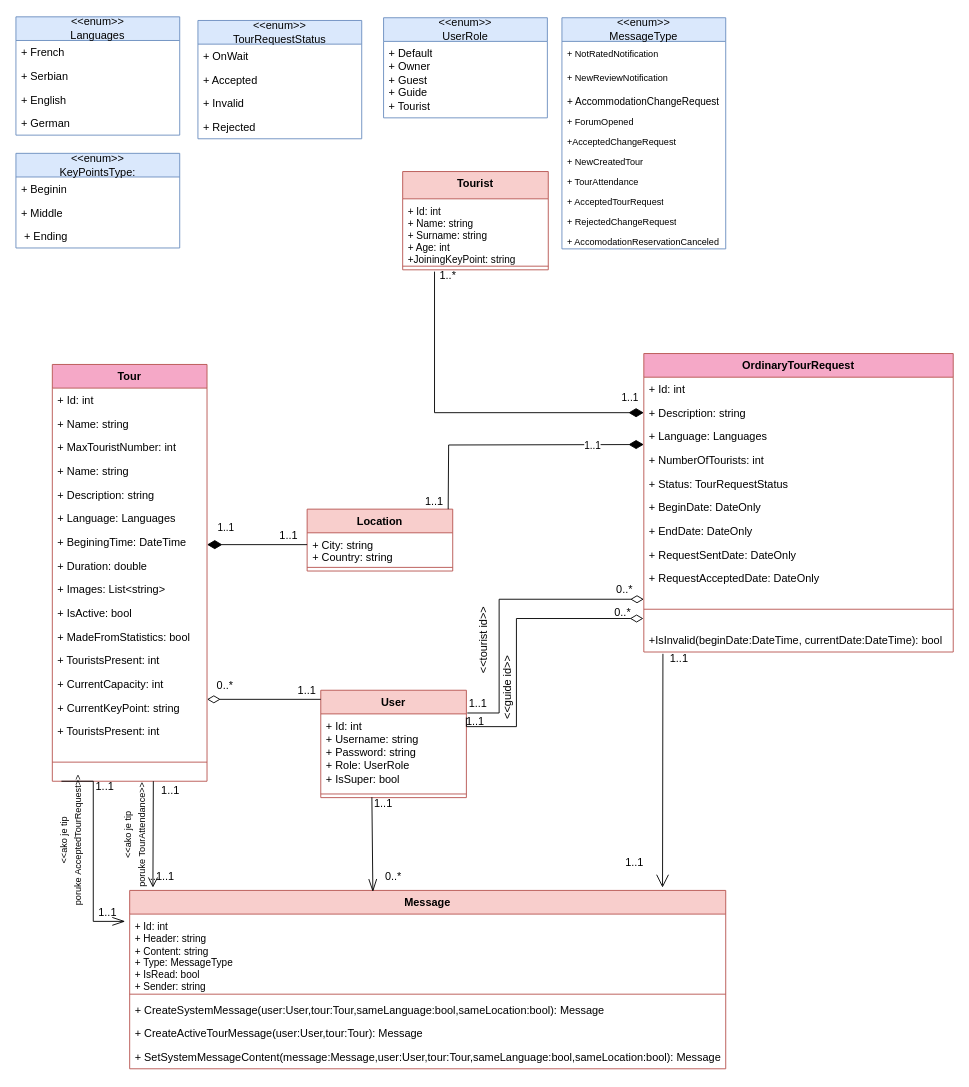
Before: Diagrams/Class Diagrams/TouristClassDiagram.drawio in kzi-nastava/sims-ra-2024-group-3-team-a, a draw.io diagram. Source tidied: cells renumbered, new cells numbered last; positions are measured from the earlier drawing's top-left corner, leaving out a move shared by most shapes. Both pictures are drawn from the tidied source at 91%, with x=0, y=0 at pixel (15, 16).
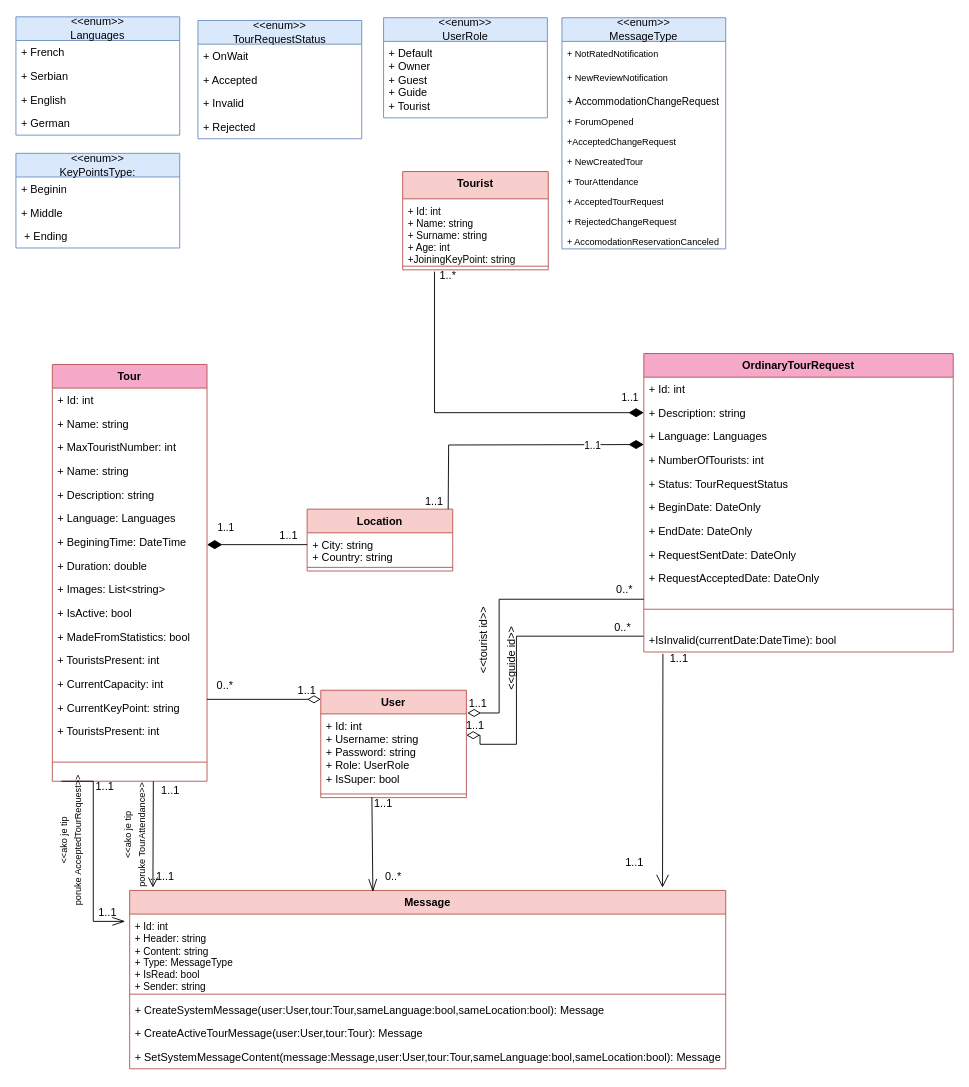
The same page after the edit.

The change refers to these unchanged cells:
```xml
<mxCell id="2" value="OrdinaryTourRequest" style="swimlane;fontStyle=1;align=center;verticalAlign=top;horizontal=1;startSize=26;rounded=0;shadow=0;strokeWidth=1;fillColor=#f5a8c7;strokeColor=#b85450;" parent="1" vertex="1">
  <mxGeometry x="690" y="370" width="340" height="328" as="geometry" />
</mxCell>
```

What changed in the source:
```diff
@@
-    <mxCell id="13" value="+IsInvalid(beginDate:DateTime, currentDate:DateTime): bool&#10; " style="text;align=left;verticalAlign=top;spacingLeft=4;spacingRight=4;overflow=hidden;rounded=0;shadow=0;html=0;" parent="2" vertex="1">
+    <mxCell id="13" value="+IsInvalid(currentDate:DateTime): bool&#10; " style="text;align=left;verticalAlign=top;spacingLeft=4;spacingRight=4;overflow=hidden;rounded=0;shadow=0;html=0;" parent="2" vertex="1">
       <mxGeometry y="302" width="340" height="26" as="geometry" />
     </mxCell>
@@
-    <mxCell id="75" style="endArrow=diamondThin;endFill=0;endSize=12;html=1;rounded=0;edgeStyle=orthogonalEdgeStyle;entryX=0.876;entryY=1.118;entryDx=0;entryDy=0;entryPerimeter=0;" parent="1" edge="1" target="86">
+    <mxCell id="75" style="endArrow=diamondThin;endFill=0;endSize=12;html=1;rounded=0;edgeStyle=orthogonalEdgeStyle;entryX=0.876;entryY=1.118;entryDx=0;entryDy=0;entryPerimeter=0;exitX=0.876;exitY=1.118;exitDx=0;exitDy=0;exitPerimeter=0;" parent="1" edge="1">
       <mxGeometry relative="1" as="geometry">
-        <mxPoint x="495" y="770" as="sourcePoint" />
+        <mxPoint x="689.6" y="680.6" as="sourcePoint" />
+        <mxPoint x="495" y="789.4" as="targetPoint" />
         <Array as="points">
-          <mxPoint x="495" y="780" />
-          <mxPoint x="550" y="780" />
-          <mxPoint x="550" y="661" />
+          <mxPoint x="550" y="680.4" />
+          <mxPoint x="550" y="799.4" />
+          <mxPoint x="510" y="799.4" />
+          <mxPoint x="510" y="789.4" />
         </Array>
       </mxGeometry>
     </mxCell>
     <mxCell id="76" style="endArrow=diamondThin;endFill=0;endSize=12;html=1;rounded=0;edgeStyle=orthogonalEdgeStyle;" parent="1" edge="1">
       <mxGeometry relative="1" as="geometry">
-        <mxPoint x="496" y="765" as="sourcePoint" />
-        <mxPoint x="690" y="640" as="targetPoint" />
+        <mxPoint x="690" y="640" as="sourcePoint" />
+        <mxPoint x="496" y="765" as="targetPoint" />
         <Array as="points">
+          <mxPoint x="531" y="640" />
           <mxPoint x="531" y="765" />
-          <mxPoint x="531" y="640" />
         </Array>
       </mxGeometry>
     </mxCell>
     <mxCell id="77" style="endArrow=diamondThin;endFill=0;endSize=12;html=1;rounded=0;" parent="1" edge="1">
       <mxGeometry relative="1" as="geometry">
-        <mxPoint x="335" y="750" as="sourcePoint" />
-        <mxPoint x="210" y="750" as="targetPoint" />
+        <mxPoint x="210" y="750" as="sourcePoint" />
+        <mxPoint x="335" y="750" as="targetPoint" />
       </mxGeometry>
     </mxCell>
@@
     <mxCell id="84" value="1..1" style="text;html=1;align=center;verticalAlign=middle;whiteSpace=wrap;rounded=0;" parent="1" vertex="1">
-      <mxGeometry x="475" y="770" width="60" height="10" as="geometry" />
+      <mxGeometry x="475" y="774" width="60" height="10" as="geometry" />
     </mxCell>
@@
     <mxCell id="86" value="0..*" style="text;html=1;align=center;verticalAlign=middle;whiteSpace=wrap;rounded=0;" parent="1" vertex="1">
-      <mxGeometry x="637" y="650" width="60" height="10" as="geometry" />
+      <mxGeometry x="637" y="666" width="60" height="10" as="geometry" />
     </mxCell>
@@
     <mxCell id="96" value="&amp;lt;&amp;lt;guide id&amp;gt;&amp;gt;" style="text;html=1;align=center;verticalAlign=middle;whiteSpace=wrap;rounded=0;rotation=-90;" parent="1" vertex="1">
-      <mxGeometry x="490" y="722" width="100" height="30" as="geometry" />
+      <mxGeometry x="495" y="690" width="100" height="30" as="geometry" />
     </mxCell>
```
